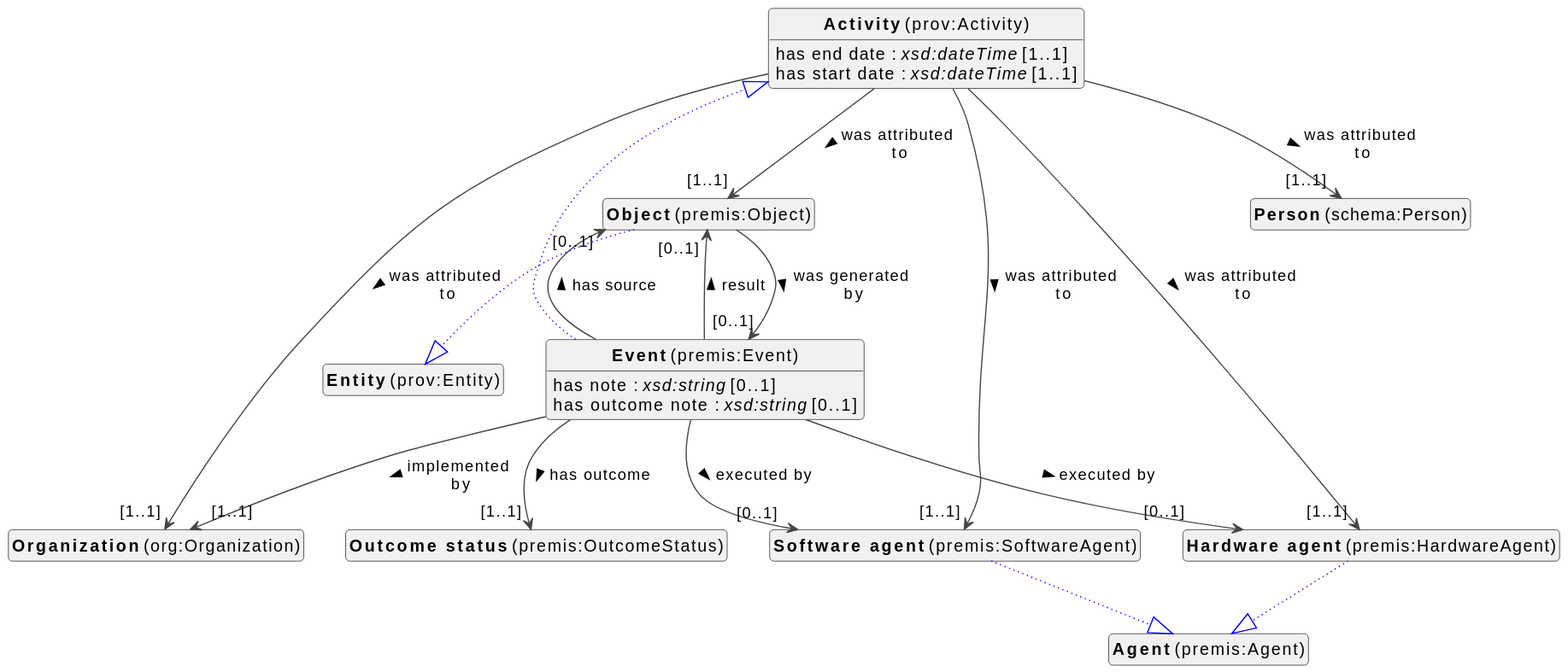
The PlantUML diagram docs/metadata/modellen/events-diagram.svg in viaacode/documentation-jekyll, before a commit.
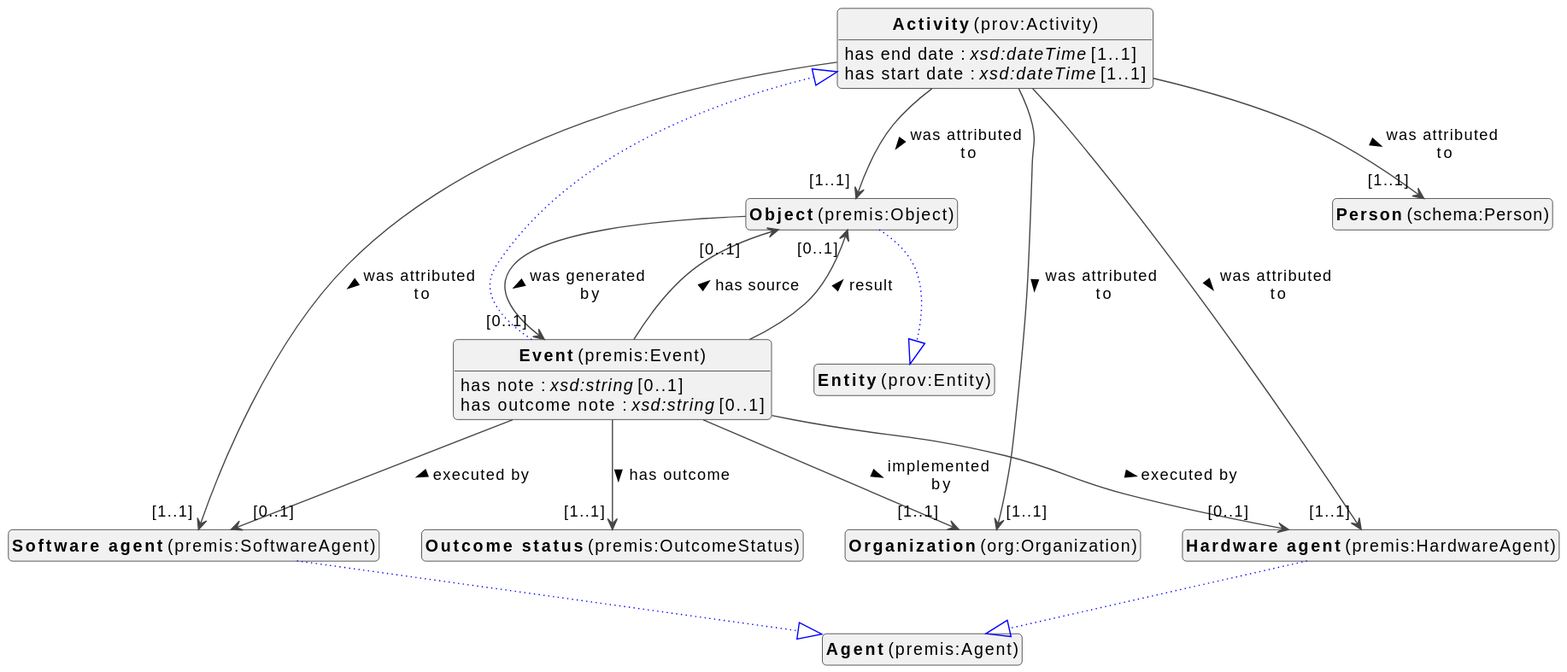
Later version of the same file.

The edit, as a diff of the source:
```diff
@@ -13,13 +13,13 @@
 class "<b>Activity</b> (prov:Activity)" as prov_Activity [[#prov%3AActivity]]
 class "<b>Object</b> (premis:Object)" as premis_Object [[#premis%3AObject]]
 class "<b>Entity</b> (prov:Entity)" as prov_Entity [[#prov%3AEntity]]
+class "<b>Outcome status</b> (premis:OutcomeStatus)" as premis_OutcomeStatus [[#premis%3AOutcomeStatus]]
+class "<b>Hardware agent</b> (premis:HardwareAgent)" as premis_HardwareAgent [[#premis%3AHardwareAgent]]
+class "<b>Agent</b> (premis:Agent)" as premis_Agent [[#premis%3AAgent]]
+class "<b>Organization</b> (org:Organization)" as org_Organization [[#org%3AOrganization]]
 class "<b>Person</b> (schema:Person)" as schema_Person [[#schema%3APerson]]
-class "<b>Organization</b> (org:Organization)" as org_Organization [[#org%3AOrganization]]
 class "<b>Software agent</b> (premis:SoftwareAgent)" as premis_SoftwareAgent [[#premis%3ASoftwareAgent]]
 class "<b>Agent</b> (premis:Agent)" as premis_Agent [[#premis%3AAgent]]
-class "<b>Hardware agent</b> (premis:HardwareAgent)" as premis_HardwareAgent [[#premis%3AHardwareAgent]]
-class "<b>Agent</b> (premis:Agent)" as premis_Agent [[#premis%3AAgent]]
-class "<b>Outcome status</b> (premis:OutcomeStatus)" as premis_OutcomeStatus [[#premis%3AOutcomeStatus]]
 
 
 prov_Activity : has end date : <i>xsd:dateTime</i> [1..1]
@@ -59,14 +59,14 @@
 
 
 
+premis_HardwareAgent --|> premis_Agent #blue;line.dotted;text:blue
+
+
+
+
 
 
 premis_SoftwareAgent --|> premis_Agent #blue;line.dotted;text:blue
-
-
-premis_HardwareAgent --|> premis_Agent #blue;line.dotted;text:blue
-
-
 
 
 
```
